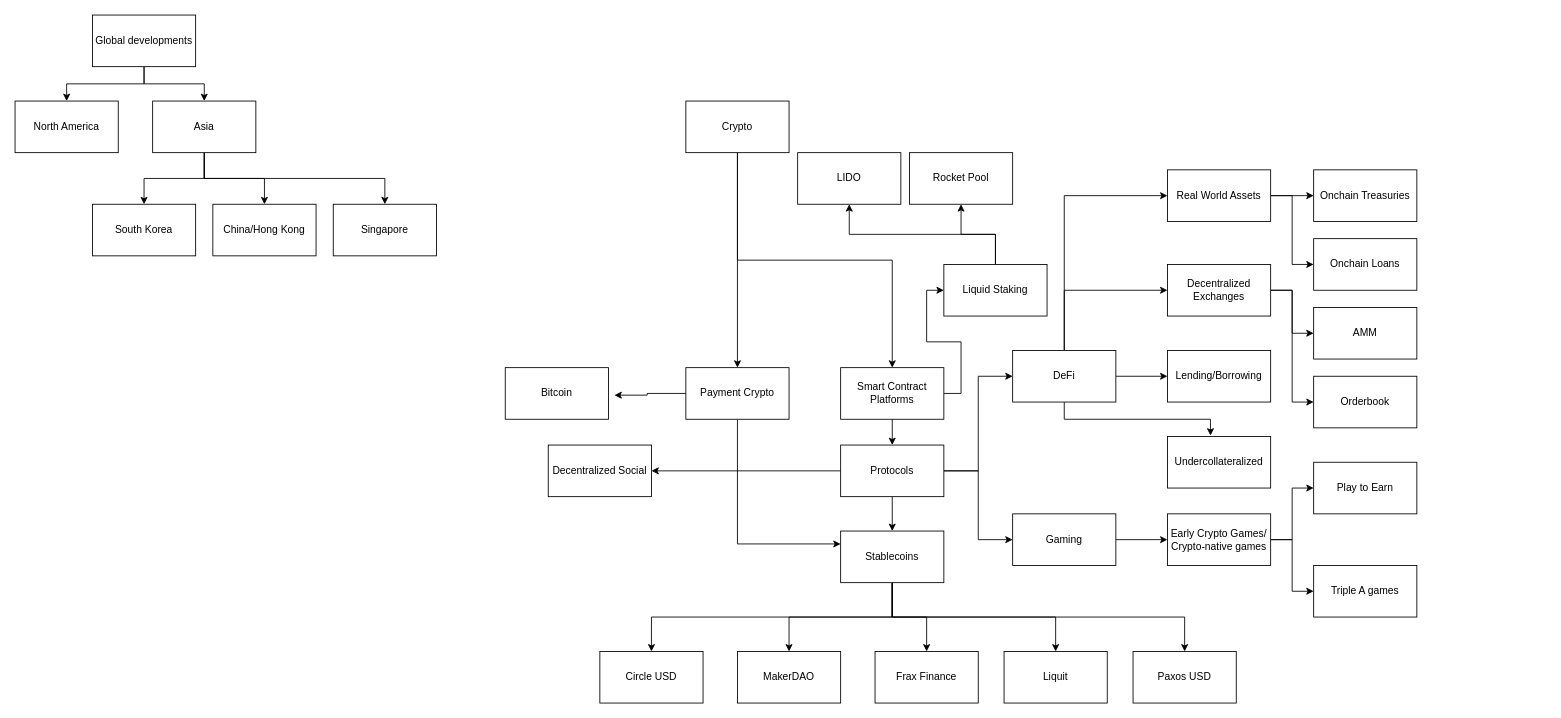
The draw.io diagram Untitled Diagram.drawio in mzhao8/smartcontracts, before the edit. Source tidied: cells renumbered, new cells numbered last; positions are measured from the earlier drawing's top-left corner, leaving out a move shared by most shapes. Both pictures are drawn from the tidied source at 86%, with x=0, y=0 at pixel (15, 15).
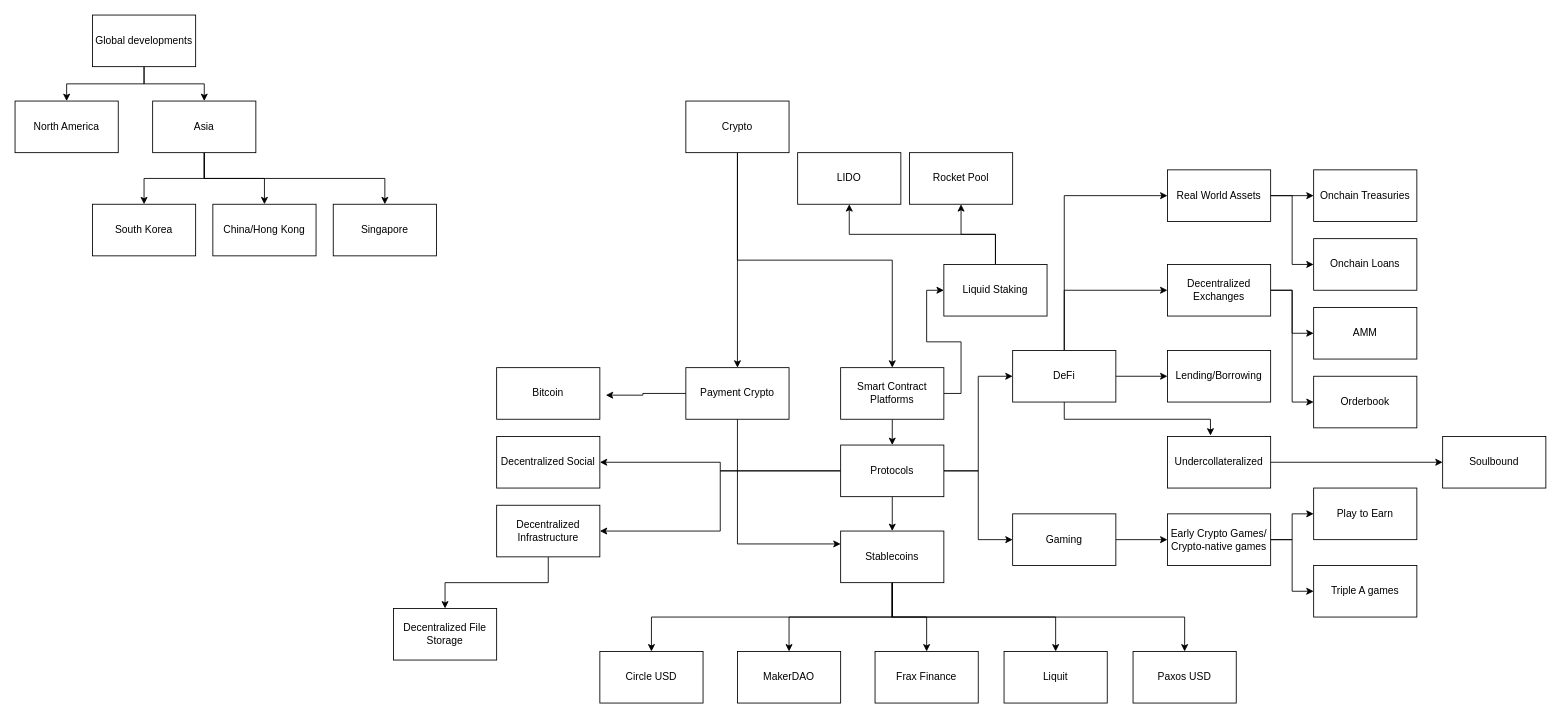
The same page after the edit.

Unchanged cells that the change refers to:
```xml
<mxCell id="15" value="Protocols" style="rounded=0;whiteSpace=wrap;html=1;" parent="1" vertex="1">
  <mxGeometry x="960" y="500" width="120" height="60" as="geometry" />
</mxCell>
<mxCell id="33" value="Undercollateralized" style="rounded=0;whiteSpace=wrap;html=1;" parent="1" vertex="1">
  <mxGeometry x="1340" y="490" width="120" height="60" as="geometry" />
</mxCell>
```

The edit, as a diff of the source:
```diff
@@
+    <mxCell id="69" style="edgeStyle=orthogonalEdgeStyle;rounded=0;jettySize=auto;html=1;exitX=0;exitY=0.5;exitDx=0;exitDy=0;entryX=1;entryY=0.5;entryDx=0;entryDy=0;" parent="1" edge="1" source="15" target="73">
+      <mxGeometry relative="1" as="geometry" />
+    </mxCell>
@@
+    <mxCell id="70" style="edgeStyle=orthogonalEdgeStyle;rounded=0;jettySize=auto;html=1;exitX=1;exitY=0.5;exitDx=0;exitDy=0;entryX=0;entryY=0.5;entryDx=0;entryDy=0;" parent="1" edge="1" source="33" target="71">
+      <mxGeometry relative="1" as="geometry" />
+    </mxCell>
@@
     <mxCell id="42" value="Bitcoin" style="rounded=0;whiteSpace=wrap;html=1;" parent="1" vertex="1">
-      <mxGeometry x="570" y="410" width="120" height="60" as="geometry" />
+      <mxGeometry x="560" y="410" width="120" height="60" as="geometry" />
     </mxCell>
@@
     <mxCell id="66" value="Play to Earn" style="rounded=0;whiteSpace=wrap;html=1;strokeColor=#000000;fillColor=#FFFFFF;" parent="1" vertex="1">
-      <mxGeometry x="1510" y="520" width="120" height="60" as="geometry" />
+      <mxGeometry x="1510" y="550" width="120" height="60" as="geometry" />
     </mxCell>
@@
     <mxCell id="68" value="Decentralized Social" style="rounded=0;whiteSpace=wrap;html=1;strokeColor=#000000;fillColor=#FFFFFF;" parent="1" vertex="1">
-      <mxGeometry x="620" y="500" width="120" height="60" as="geometry" />
+      <mxGeometry x="560" y="490" width="120" height="60" as="geometry" />
     </mxCell>
+    <mxCell id="71" value="Soulbound" style="rounded=0;whiteSpace=wrap;html=1;strokeColor=#000000;fillColor=#FFFFFF;" parent="1" vertex="1">
+      <mxGeometry x="1660" y="490" width="120" height="60" as="geometry" />
+    </mxCell>
+    <mxCell id="72" style="edgeStyle=orthogonalEdgeStyle;rounded=0;jettySize=auto;html=1;exitX=0.5;exitY=1;exitDx=0;exitDy=0;entryX=0.5;entryY=0;entryDx=0;entryDy=0;" parent="1" edge="1" source="73" target="74">
+      <mxGeometry relative="1" as="geometry" />
+    </mxCell>
+    <mxCell id="73" value="Decentralized Infrastructure" style="rounded=0;whiteSpace=wrap;html=1;strokeColor=#000000;fillColor=#FFFFFF;" parent="1" vertex="1">
+      <mxGeometry x="560" y="570" width="120" height="60" as="geometry" />
+    </mxCell>
+    <mxCell id="74" value="Decentralized File Storage" style="rounded=0;whiteSpace=wrap;html=1;strokeColor=#000000;fillColor=#FFFFFF;" parent="1" vertex="1">
+      <mxGeometry x="440" y="690" width="120" height="60" as="geometry" />
+    </mxCell>
```
